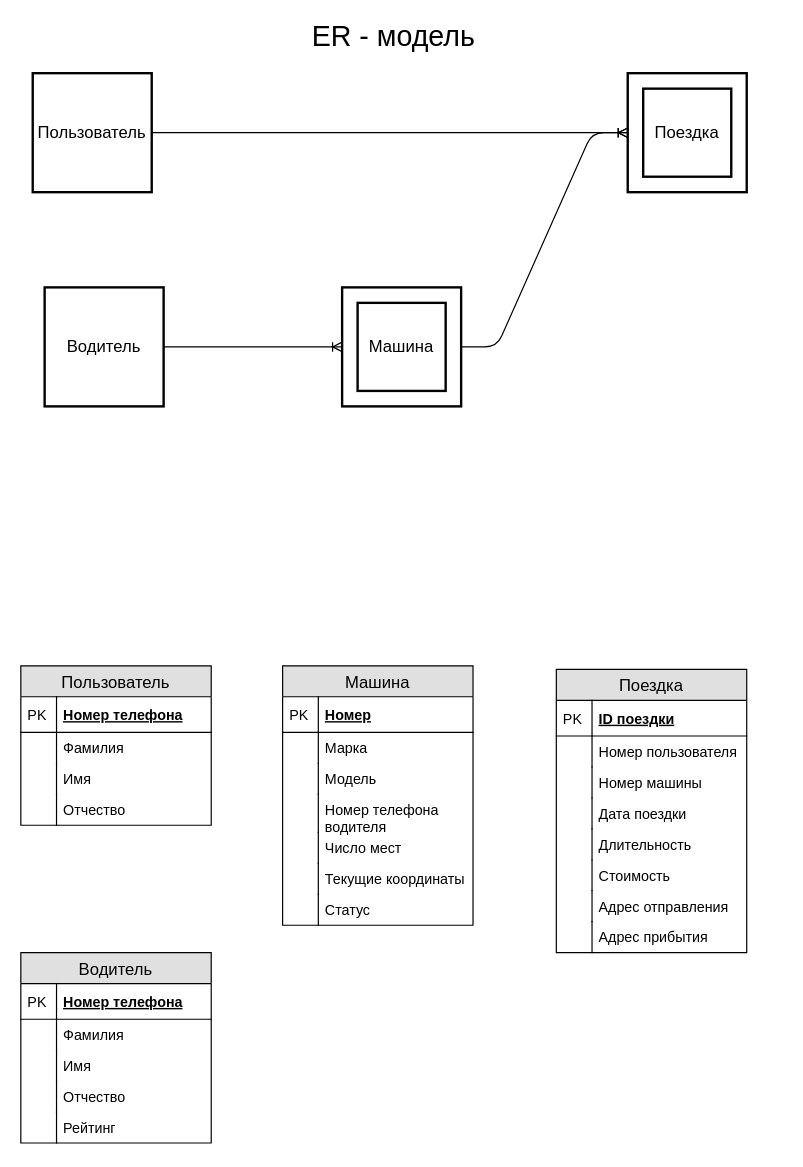
RyazMax/BMSTU_DB keeps this draw.io diagram as ER.drawio. Above is the earlier version. Source tidied: cells renumbered, new cells numbered last; positions are measured from the earlier drawing's top-left corner, leaving out a move shared by most shapes. Both pictures are drawn from the tidied source at 119%, with x=0, y=0 at pixel (20, 25).
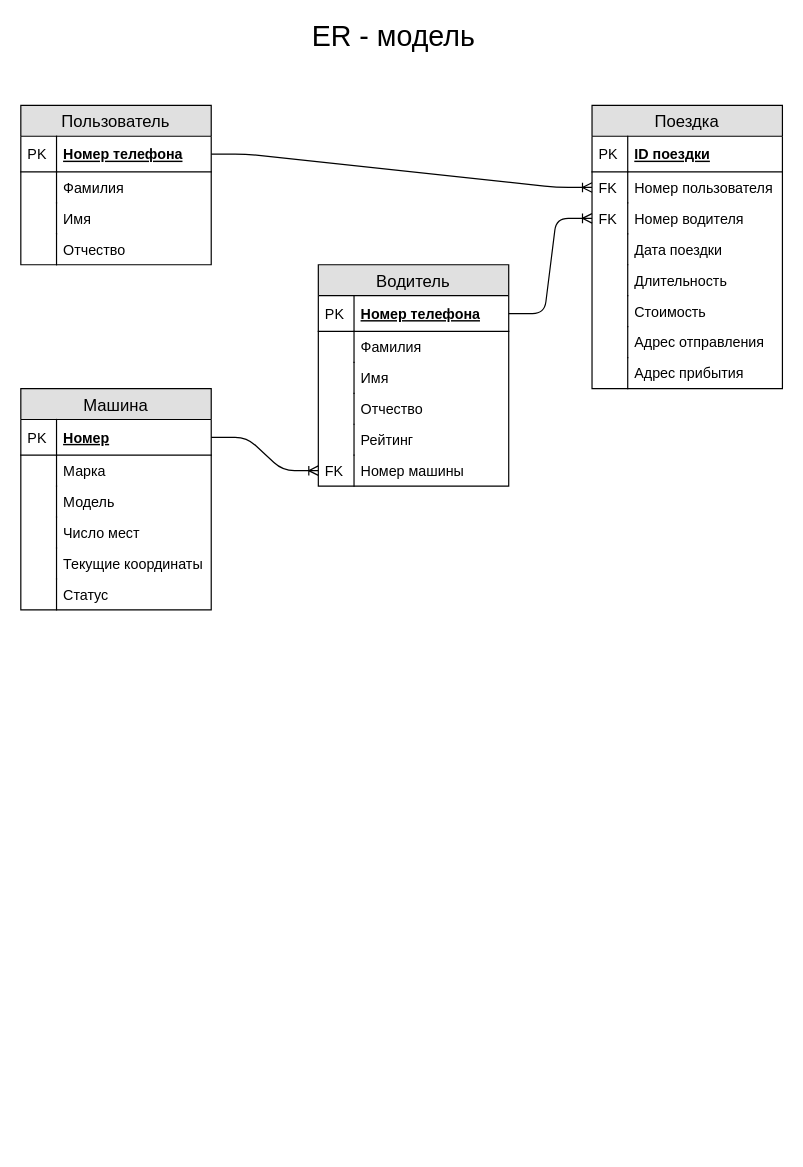
The same page after the edit.

Commit message (it also covers changes not shown here):
.fix Upate ER-diagram

The change refers to these unchanged cells:
```xml
<mxCell id="11" value="Номер телефона" style="shape=partialRectangle;top=0;left=0;right=0;bottom=1;align=left;verticalAlign=middle;fillColor=none;spacingLeft=34;spacingRight=4;overflow=hidden;points=[[0,0.5],[1,0.5]];portConstraint=eastwest;fontStyle=5;fontSize=12;" parent="10" vertex="1">
  <mxGeometry y="26" width="160" height="30" as="geometry" />
</mxCell>
<mxCell id="20" value="Номер" style="shape=partialRectangle;top=0;left=0;right=0;bottom=1;align=left;verticalAlign=middle;fillColor=none;spacingLeft=34;spacingRight=4;overflow=hidden;points=[[0,0.5],[1,0.5]];portConstraint=eastwest;fontStyle=5;fontSize=12;" parent="19" vertex="1">
  <mxGeometry y="26" width="160" height="30" as="geometry" />
</mxCell>
<mxCell id="37" value="Номер пользователя" style="shape=partialRectangle;top=0;left=0;right=0;bottom=0;align=left;verticalAlign=top;fillColor=none;spacingLeft=34;spacingRight=4;overflow=hidden;points=[[0,0.5],[1,0.5]];portConstraint=eastwest;fontSize=12;" parent="34" vertex="1">
  <mxGeometry y="56" width="160" height="26" as="geometry" />
</mxCell>
<mxCell id="52" value="Номер телефона" style="shape=partialRectangle;top=0;left=0;right=0;bottom=1;align=left;verticalAlign=middle;fillColor=none;spacingLeft=34;spacingRight=4;overflow=hidden;points=[[0,0.5],[1,0.5]];portConstraint=eastwest;fontStyle=5;fontSize=12;" parent="51" vertex="1">
  <mxGeometry y="26" width="160" height="30" as="geometry" />
</mxCell>
```

Change to the diagram source:
```diff
@@
-    <mxCell id="2" value="&lt;div&gt;Пользователь&lt;/div&gt;" style="strokeWidth=2;whiteSpace=wrap;html=1;align=center;fontSize=14;" parent="1" vertex="1">
-      <mxGeometry x="10" y="40" width="100" height="100" as="geometry" />
-    </mxCell>
-    <mxCell id="3" value="Поездка" style="shape=ext;strokeWidth=2;margin=10;double=1;whiteSpace=wrap;html=1;align=center;fontSize=14;" parent="1" vertex="1">
-      <mxGeometry x="510" y="40" width="100" height="100" as="geometry" />
-    </mxCell>
-    <mxCell id="4" value="Машина" style="shape=ext;strokeWidth=2;margin=10;double=1;whiteSpace=wrap;html=1;align=center;fontSize=14;" parent="1" vertex="1">
-      <mxGeometry x="270" y="220" width="100" height="100" as="geometry" />
-    </mxCell>
-    <mxCell id="5" value="Водитель" style="strokeWidth=2;whiteSpace=wrap;html=1;align=center;fontSize=14;" parent="1" vertex="1">
-      <mxGeometry x="20" y="220" width="100" height="100" as="geometry" />
-    </mxCell>
-    <mxCell id="6" style="edgeStyle=entityRelationEdgeStyle;fontSize=12;html=1;endArrow=ERoneToMany;entryX=0;entryY=0.5;entryDx=0;entryDy=0;exitX=1;exitY=0.5;exitDx=0;exitDy=0;" parent="1" edge="1" source="2" target="3">
-      <mxGeometry relative="1" as="geometry" />
-    </mxCell>
-    <mxCell id="7" style="edgeStyle=entityRelationEdgeStyle;fontSize=12;html=1;endArrow=ERoneToMany;entryX=0;entryY=0.5;entryDx=0;entryDy=0;exitX=1;exitY=0.5;exitDx=0;exitDy=0;" parent="1" edge="1" source="4" target="3">
-      <mxGeometry relative="1" as="geometry" />
-    </mxCell>
-    <mxCell id="8" style="edgeStyle=entityRelationEdgeStyle;fontSize=12;html=1;endArrow=ERoneToMany;entryX=0;entryY=0.5;entryDx=0;entryDy=0;exitX=1;exitY=0.5;exitDx=0;exitDy=0;" parent="1" edge="1" source="5" target="4">
-      <mxGeometry relative="1" as="geometry" />
-    </mxCell>
@@
     <mxCell id="10" value="Пользователь" style="swimlane;fontStyle=0;horizontal=1;startSize=26;fillColor=#e0e0e0;swimlaneFillColor=#ffffff;align=center;fontSize=14;" parent="1" vertex="1">
-      <mxGeometry y="538" width="160" height="134" as="geometry" />
+      <mxGeometry y="67" width="160" height="134" as="geometry" />
     </mxCell>
@@
     <mxCell id="19" value="Машина" style="swimlane;fontStyle=0;horizontal=1;startSize=26;fillColor=#e0e0e0;swimlaneFillColor=#ffffff;align=center;fontSize=14;" parent="1" vertex="1">
-      <mxGeometry x="220" y="538" width="160" height="218" as="geometry" />
+      <mxGeometry y="305" width="160" height="186" as="geometry" />
     </mxCell>
@@
-    <mxCell id="26" value="Номер телефона &#10;водителя" style="shape=partialRectangle;top=0;left=0;right=0;bottom=0;align=left;verticalAlign=top;fillColor=none;spacingLeft=34;spacingRight=4;overflow=hidden;fontSize=12;" parent="19" vertex="1">
-      <mxGeometry y="108" width="160" height="32" as="geometry" />
-    </mxCell>
-    <mxCell id="27" style="shape=partialRectangle;top=0;left=0;bottom=0;fillColor=none;align=left;verticalAlign=top;spacingLeft=4;spacingRight=4;overflow=hidden;fontSize=12;" parent="26" vertex="1">
-      <mxGeometry width="30" height="32" as="geometry" />
-    </mxCell>
     <mxCell id="28" value="Число мест" style="shape=partialRectangle;top=0;left=0;right=0;bottom=0;align=left;verticalAlign=top;fillColor=none;spacingLeft=34;spacingRight=4;overflow=hidden;fontSize=12;" parent="19" vertex="1">
-      <mxGeometry y="140" width="160" height="26" as="geometry" />
+      <mxGeometry y="108" width="160" height="26" as="geometry" />
     </mxCell>
@@
     <mxCell id="30" value="Текущие координаты" style="shape=partialRectangle;top=0;left=0;right=0;bottom=0;align=left;verticalAlign=top;fillColor=none;spacingLeft=34;spacingRight=4;overflow=hidden;fontSize=12;" parent="19" vertex="1">
-      <mxGeometry y="166" width="160" height="26" as="geometry" />
+      <mxGeometry y="134" width="160" height="26" as="geometry" />
     </mxCell>
@@
     <mxCell id="32" value="Статус" style="shape=partialRectangle;top=0;left=0;right=0;bottom=0;align=left;verticalAlign=top;fillColor=none;spacingLeft=34;spacingRight=4;overflow=hidden;fontSize=12;" parent="19" vertex="1">
-      <mxGeometry y="192" width="160" height="26" as="geometry" />
+      <mxGeometry y="160" width="160" height="26" as="geometry" />
     </mxCell>
@@
     <mxCell id="34" value="Поездка" style="swimlane;fontStyle=0;horizontal=1;startSize=26;fillColor=#e0e0e0;swimlaneFillColor=#ffffff;align=center;fontSize=14;" parent="1" vertex="1">
-      <mxGeometry x="450" y="541" width="160" height="238" as="geometry" />
+      <mxGeometry x="480" y="67" width="160" height="238" as="geometry" />
     </mxCell>
@@
-    <mxCell id="38" style="shape=partialRectangle;top=0;left=0;bottom=0;fillColor=none;align=left;verticalAlign=top;spacingLeft=4;spacingRight=4;overflow=hidden;fontSize=12;" parent="37" vertex="1">
+    <mxCell id="38" value="FK" style="shape=partialRectangle;top=0;left=0;bottom=0;fillColor=none;align=left;verticalAlign=top;spacingLeft=4;spacingRight=4;overflow=hidden;fontSize=12;" parent="37" vertex="1">
       <mxGeometry width="30" height="26" as="geometry" />
     </mxCell>
-    <mxCell id="39" value="Номер машины" style="shape=partialRectangle;top=0;left=0;right=0;bottom=0;align=left;verticalAlign=top;fillColor=none;spacingLeft=34;spacingRight=4;overflow=hidden;points=[[0,0.5],[1,0.5]];portConstraint=eastwest;fontSize=12;" parent="34" vertex="1">
+    <mxCell id="39" value="Номер водителя&#10;" style="shape=partialRectangle;top=0;left=0;right=0;bottom=0;align=left;verticalAlign=top;fillColor=none;spacingLeft=34;spacingRight=4;overflow=hidden;points=[[0,0.5],[1,0.5]];portConstraint=eastwest;fontSize=12;" parent="34" vertex="1">
       <mxGeometry y="82" width="160" height="26" as="geometry" />
     </mxCell>
-    <mxCell id="40" style="shape=partialRectangle;top=0;left=0;bottom=0;fillColor=none;align=left;verticalAlign=top;spacingLeft=4;spacingRight=4;overflow=hidden;fontSize=12;" parent="39" vertex="1">
+    <mxCell id="40" value="FK" style="shape=partialRectangle;top=0;left=0;bottom=0;fillColor=none;align=left;verticalAlign=top;spacingLeft=4;spacingRight=4;overflow=hidden;fontSize=12;" parent="39" vertex="1">
       <mxGeometry width="30" height="26" as="geometry" />
     </mxCell>
@@
     <mxCell id="51" value="Водитель" style="swimlane;fontStyle=0;horizontal=1;startSize=26;fillColor=#e0e0e0;swimlaneFillColor=#ffffff;align=center;fontSize=14;" parent="1" vertex="1">
-      <mxGeometry y="779" width="160" height="160" as="geometry" />
+      <mxGeometry x="250" y="201" width="160" height="186" as="geometry" />
     </mxCell>
@@
+    <mxCell id="62" value="Номер машины" style="shape=partialRectangle;top=0;left=0;right=0;bottom=0;align=left;verticalAlign=top;fillColor=none;spacingLeft=34;spacingRight=4;overflow=hidden;points=[[0,0.5],[1,0.5]];portConstraint=eastwest;fontSize=12;" parent="51" vertex="1">
+      <mxGeometry y="160" width="160" height="26" as="geometry" />
+    </mxCell>
+    <mxCell id="63" value="FK" style="shape=partialRectangle;top=0;left=0;bottom=0;fillColor=none;align=left;verticalAlign=top;spacingLeft=4;spacingRight=4;overflow=hidden;fontSize=12;" parent="62" vertex="1">
+      <mxGeometry width="30" height="26" as="geometry" />
+    </mxCell>
+    <mxCell id="64" style="edgeStyle=entityRelationEdgeStyle;fontSize=12;html=1;endArrow=ERoneToMany;entryX=0;entryY=0.5;entryDx=0;entryDy=0;exitX=1;exitY=0.5;exitDx=0;exitDy=0;" parent="1" edge="1" source="11" target="37">
+      <mxGeometry relative="1" as="geometry" />
+    </mxCell>
+    <mxCell id="65" style="edgeStyle=entityRelationEdgeStyle;fontSize=12;html=1;endArrow=ERoneToMany;entryX=0;entryY=0.5;entryDx=0;entryDy=0;exitX=1;exitY=0.5;exitDx=0;exitDy=0;" parent="1" edge="1" source="52" target="39">
+      <mxGeometry relative="1" as="geometry" />
+    </mxCell>
+    <mxCell id="66" style="edgeStyle=entityRelationEdgeStyle;fontSize=12;html=1;endArrow=ERoneToMany;entryX=0;entryY=0.5;entryDx=0;entryDy=0;exitX=1;exitY=0.5;exitDx=0;exitDy=0;" parent="1" edge="1" source="20" target="62">
+      <mxGeometry relative="1" as="geometry" />
+    </mxCell>
```
